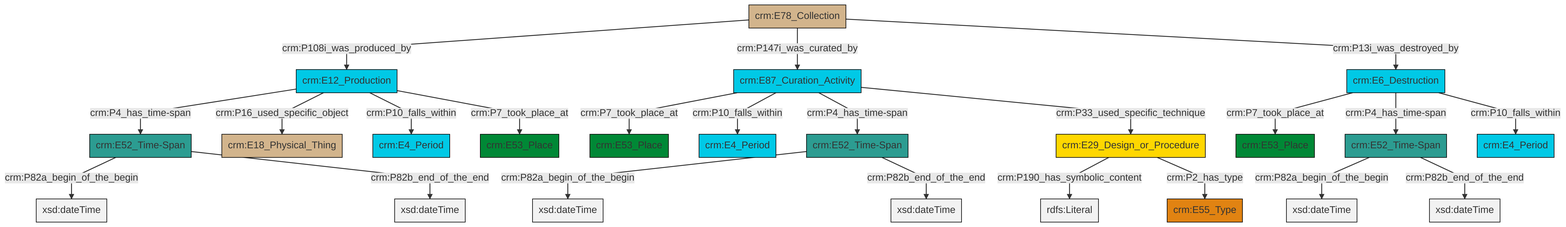
Earlier version of the Mermaid export et/archivalCSV/ttl/mmd/png/archival_existence.png (swiss-art-research-net/docs.swissartresearch). Its source is kept beside it as et/archivalCSV/ttl/mmd/archival_existence.ttl.mmd. Its diagram source:
```mermaid
graph TD
classDef Literal fill:#f2f2f2,stroke:#000000;
classDef CRM_Entity fill:#FFFFFF,stroke:#000000;
classDef Temporal_Entity fill:#00C9E6, stroke:#000000;
classDef Type fill:#E18312, stroke:#000000;
classDef Time-Span fill:#2C9C91, stroke:#000000;
classDef Appellation fill:#FFEB7F, stroke:#000000;
classDef Place fill:#008836, stroke:#000000;
classDef Persistent_Item fill:#B266B2, stroke:#000000;
classDef Conceptual_Object fill:#FFD700, stroke:#000000;
classDef Physical_Thing fill:#D2B48C, stroke:#000000;
classDef Actor fill:#f58aad, stroke:#000000;
classDef PC_Classes fill:#4ce600, stroke:#000000;
classDef Multi fill:#cccccc,stroke:#000000;

0["crm:E78_Collection"]:::Physical_Thing -->|crm:P108i_was_produced_by| 1["crm:E12_Production"]:::Temporal_Entity
2["crm:E29_Design_or_Procedure"]:::Conceptual_Object -->|crm:P190_has_symbolic_content| 3[rdfs:Literal]:::Literal
0["crm:E78_Collection"]:::Physical_Thing -->|crm:P147i_was_curated_by| 4["crm:E87_Curation_Activity"]:::Temporal_Entity
1["crm:E12_Production"]:::Temporal_Entity -->|crm:P4_has_time-span| 5["crm:E52_Time-Span"]:::Time-Span
10["crm:E6_Destruction"]:::Temporal_Entity -->|crm:P7_took_place_at| 11["crm:E53_Place"]:::Place
4["crm:E87_Curation_Activity"]:::Temporal_Entity -->|crm:P7_took_place_at| 15["crm:E53_Place"]:::Place
8["crm:E52_Time-Span"]:::Time-Span -->|crm:P82a_begin_of_the_begin| 18[xsd:dateTime]:::Literal
10["crm:E6_Destruction"]:::Temporal_Entity -->|crm:P4_has_time-span| 8["crm:E52_Time-Span"]:::Time-Span
5["crm:E52_Time-Span"]:::Time-Span -->|crm:P82a_begin_of_the_begin| 19[xsd:dateTime]:::Literal
4["crm:E87_Curation_Activity"]:::Temporal_Entity -->|crm:P10_falls_within| 20["crm:E4_Period"]:::Temporal_Entity
1["crm:E12_Production"]:::Temporal_Entity -->|crm:P16_used_specific_object| 21["crm:E18_Physical_Thing"]:::Physical_Thing
22["crm:E52_Time-Span"]:::Time-Span -->|crm:P82a_begin_of_the_begin| 23[xsd:dateTime]:::Literal
1["crm:E12_Production"]:::Temporal_Entity -->|crm:P10_falls_within| 6["crm:E4_Period"]:::Temporal_Entity
5["crm:E52_Time-Span"]:::Time-Span -->|crm:P82b_end_of_the_end| 28[xsd:dateTime]:::Literal
10["crm:E6_Destruction"]:::Temporal_Entity -->|crm:P10_falls_within| 29["crm:E4_Period"]:::Temporal_Entity
8["crm:E52_Time-Span"]:::Time-Span -->|crm:P82b_end_of_the_end| 31[xsd:dateTime]:::Literal
0["crm:E78_Collection"]:::Physical_Thing -->|crm:P13i_was_destroyed_by| 10["crm:E6_Destruction"]:::Temporal_Entity
22["crm:E52_Time-Span"]:::Time-Span -->|crm:P82b_end_of_the_end| 34[xsd:dateTime]:::Literal
4["crm:E87_Curation_Activity"]:::Temporal_Entity -->|crm:P4_has_time-span| 22["crm:E52_Time-Span"]:::Time-Span
1["crm:E12_Production"]:::Temporal_Entity -->|crm:P7_took_place_at| 13["crm:E53_Place"]:::Place
4["crm:E87_Curation_Activity"]:::Temporal_Entity -->|crm:P33_used_specific_technique| 2["crm:E29_Design_or_Procedure"]:::Conceptual_Object
2["crm:E29_Design_or_Procedure"]:::Conceptual_Object -->|crm:P2_has_type| 24["crm:E55_Type"]:::Type
```
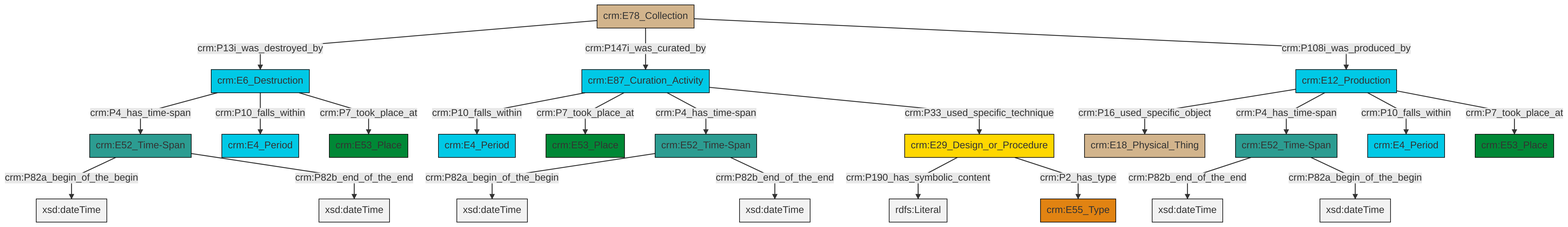
After the commit.

The edit, as a diff of the source:
```diff
@@ -13,25 +13,25 @@
 classDef PC_Classes fill:#4ce600, stroke:#000000;
 classDef Multi fill:#cccccc,stroke:#000000;
 
-0["crm:E78_Collection"]:::Physical_Thing -->|crm:P108i_was_produced_by| 1["crm:E12_Production"]:::Temporal_Entity
-2["crm:E29_Design_or_Procedure"]:::Conceptual_Object -->|crm:P190_has_symbolic_content| 3[rdfs:Literal]:::Literal
-0["crm:E78_Collection"]:::Physical_Thing -->|crm:P147i_was_curated_by| 4["crm:E87_Curation_Activity"]:::Temporal_Entity
-1["crm:E12_Production"]:::Temporal_Entity -->|crm:P4_has_time-span| 5["crm:E52_Time-Span"]:::Time-Span
-10["crm:E6_Destruction"]:::Temporal_Entity -->|crm:P7_took_place_at| 11["crm:E53_Place"]:::Place
-4["crm:E87_Curation_Activity"]:::Temporal_Entity -->|crm:P7_took_place_at| 15["crm:E53_Place"]:::Place
-8["crm:E52_Time-Span"]:::Time-Span -->|crm:P82a_begin_of_the_begin| 18[xsd:dateTime]:::Literal
-10["crm:E6_Destruction"]:::Temporal_Entity -->|crm:P4_has_time-span| 8["crm:E52_Time-Span"]:::Time-Span
-5["crm:E52_Time-Span"]:::Time-Span -->|crm:P82a_begin_of_the_begin| 19[xsd:dateTime]:::Literal
-4["crm:E87_Curation_Activity"]:::Temporal_Entity -->|crm:P10_falls_within| 20["crm:E4_Period"]:::Temporal_Entity
-1["crm:E12_Production"]:::Temporal_Entity -->|crm:P16_used_specific_object| 21["crm:E18_Physical_Thing"]:::Physical_Thing
-22["crm:E52_Time-Span"]:::Time-Span -->|crm:P82a_begin_of_the_begin| 23[xsd:dateTime]:::Literal
-1["crm:E12_Production"]:::Temporal_Entity -->|crm:P10_falls_within| 6["crm:E4_Period"]:::Temporal_Entity
-5["crm:E52_Time-Span"]:::Time-Span -->|crm:P82b_end_of_the_end| 28[xsd:dateTime]:::Literal
-10["crm:E6_Destruction"]:::Temporal_Entity -->|crm:P10_falls_within| 29["crm:E4_Period"]:::Temporal_Entity
-8["crm:E52_Time-Span"]:::Time-Span -->|crm:P82b_end_of_the_end| 31[xsd:dateTime]:::Literal
-0["crm:E78_Collection"]:::Physical_Thing -->|crm:P13i_was_destroyed_by| 10["crm:E6_Destruction"]:::Temporal_Entity
-22["crm:E52_Time-Span"]:::Time-Span -->|crm:P82b_end_of_the_end| 34[xsd:dateTime]:::Literal
-4["crm:E87_Curation_Activity"]:::Temporal_Entity -->|crm:P4_has_time-span| 22["crm:E52_Time-Span"]:::Time-Span
-1["crm:E12_Production"]:::Temporal_Entity -->|crm:P7_took_place_at| 13["crm:E53_Place"]:::Place
-4["crm:E87_Curation_Activity"]:::Temporal_Entity -->|crm:P33_used_specific_technique| 2["crm:E29_Design_or_Procedure"]:::Conceptual_Object
-2["crm:E29_Design_or_Procedure"]:::Conceptual_Object -->|crm:P2_has_type| 24["crm:E55_Type"]:::Type
+2["crm:E6_Destruction"]:::Temporal_Entity -->|crm:P4_has_time-span| 3["crm:E52_Time-Span"]:::Time-Span
+3["crm:E52_Time-Span"]:::Time-Span -->|crm:P82a_begin_of_the_begin| 4[xsd:dateTime]:::Literal
+7["crm:E87_Curation_Activity"]:::Temporal_Entity -->|crm:P10_falls_within| 8["crm:E4_Period"]:::Temporal_Entity
+11["crm:E12_Production"]:::Temporal_Entity -->|crm:P16_used_specific_object| 12["crm:E18_Physical_Thing"]:::Physical_Thing
+11["crm:E12_Production"]:::Temporal_Entity -->|crm:P4_has_time-span| 14["crm:E52_Time-Span"]:::Time-Span
+17["crm:E78_Collection"]:::Physical_Thing -->|crm:P13i_was_destroyed_by| 2["crm:E6_Destruction"]:::Temporal_Entity
+17["crm:E78_Collection"]:::Physical_Thing -->|crm:P147i_was_curated_by| 7["crm:E87_Curation_Activity"]:::Temporal_Entity
+5["crm:E29_Design_or_Procedure"]:::Conceptual_Object -->|crm:P190_has_symbolic_content| 20[rdfs:Literal]:::Literal
+2["crm:E6_Destruction"]:::Temporal_Entity -->|crm:P10_falls_within| 0["crm:E4_Period"]:::Temporal_Entity
+11["crm:E12_Production"]:::Temporal_Entity -->|crm:P10_falls_within| 21["crm:E4_Period"]:::Temporal_Entity
+17["crm:E78_Collection"]:::Physical_Thing -->|crm:P108i_was_produced_by| 11["crm:E12_Production"]:::Temporal_Entity
+14["crm:E52_Time-Span"]:::Time-Span -->|crm:P82b_end_of_the_end| 23[xsd:dateTime]:::Literal
+7["crm:E87_Curation_Activity"]:::Temporal_Entity -->|crm:P7_took_place_at| 24["crm:E53_Place"]:::Place
+7["crm:E87_Curation_Activity"]:::Temporal_Entity -->|crm:P4_has_time-span| 15["crm:E52_Time-Span"]:::Time-Span
+5["crm:E29_Design_or_Procedure"]:::Conceptual_Object -->|crm:P2_has_type| 25["crm:E55_Type"]:::Type
+7["crm:E87_Curation_Activity"]:::Temporal_Entity -->|crm:P33_used_specific_technique| 5["crm:E29_Design_or_Procedure"]:::Conceptual_Object
+15["crm:E52_Time-Span"]:::Time-Span -->|crm:P82a_begin_of_the_begin| 33[xsd:dateTime]:::Literal
+15["crm:E52_Time-Span"]:::Time-Span -->|crm:P82b_end_of_the_end| 34[xsd:dateTime]:::Literal
+11["crm:E12_Production"]:::Temporal_Entity -->|crm:P7_took_place_at| 18["crm:E53_Place"]:::Place
+3["crm:E52_Time-Span"]:::Time-Span -->|crm:P82b_end_of_the_end| 35[xsd:dateTime]:::Literal
+14["crm:E52_Time-Span"]:::Time-Span -->|crm:P82a_begin_of_the_begin| 36[xsd:dateTime]:::Literal
+2["crm:E6_Destruction"]:::Temporal_Entity -->|crm:P7_took_place_at| 9["crm:E53_Place"]:::Place
```
